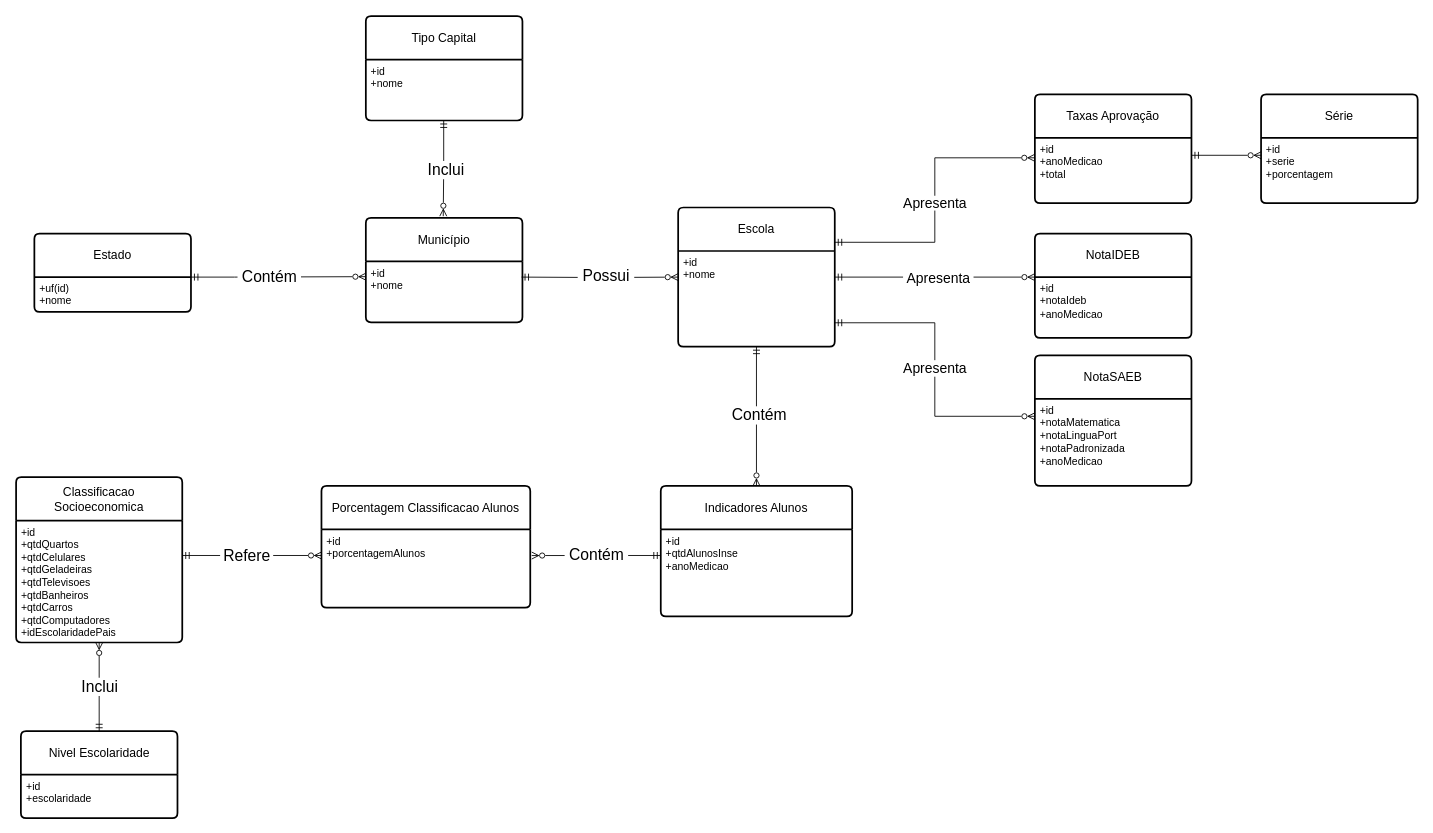
This is models/modelo_conceitual.drawio from lucas-lembo/socioeconomic-education-impact-psql, a draw.io file, before an edit. Source tidied: cells renumbered, new cells numbered last; positions are measured from the earlier drawing's top-left corner, leaving out a move shared by most shapes. Both pictures are drawn from the tidied source at 87%, with x=0, y=0 at pixel (16, 16).
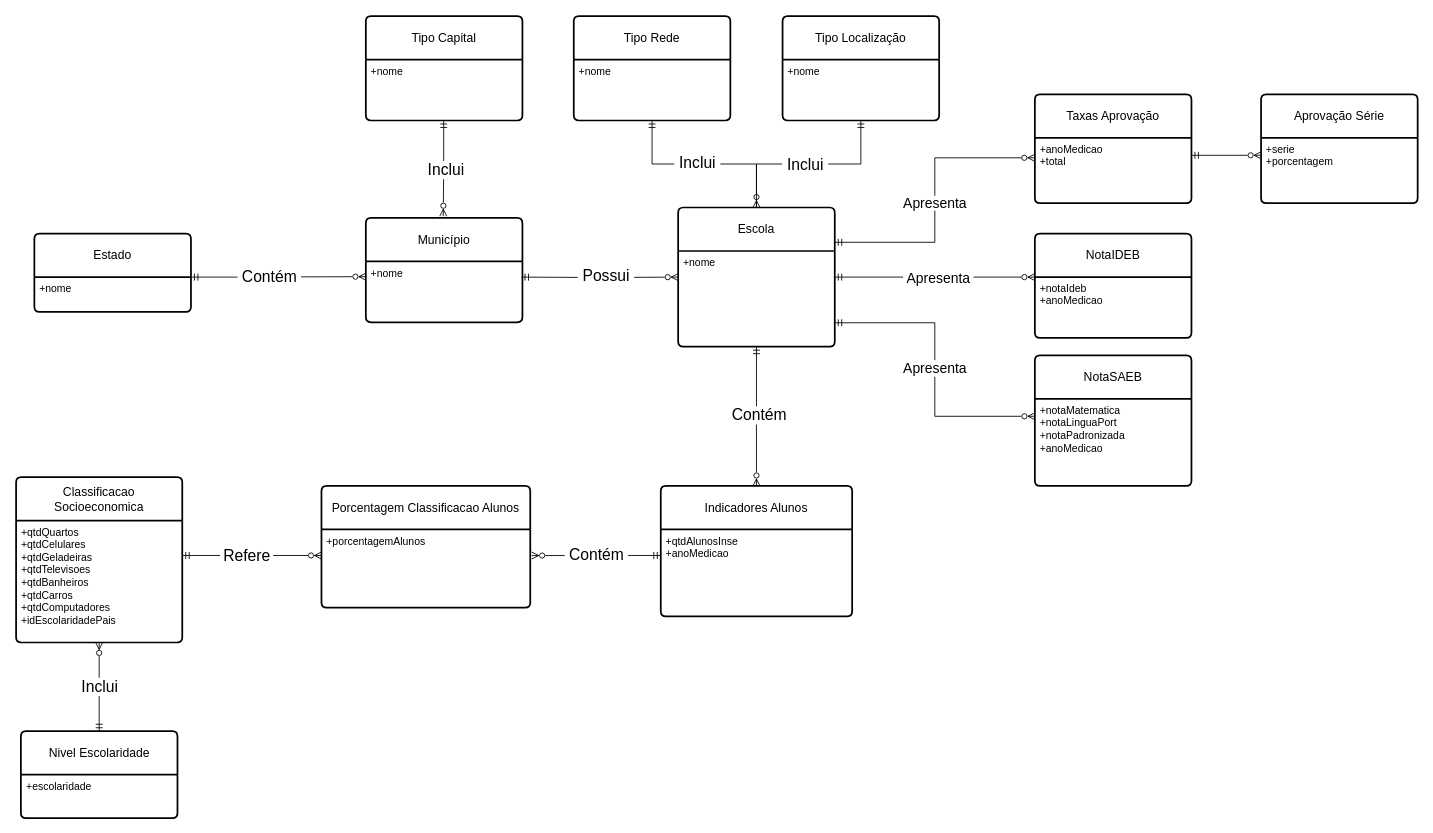
The same diagram, later.

Unchanged cells that the change refers to:
```xml
<mxCell id="4" value="Estado" style="swimlane;horizontal=1;startSize=50;rounded=1;fontSize=14;fontStyle=0;strokeWidth=2;shadow=0;dashed=0;align=center;arcSize=4;whiteSpace=wrap;html=1;" parent="1" vertex="1">
  <mxGeometry x="21" y="250" width="180" height="90" as="geometry" />
</mxCell>
<mxCell id="6" value="Município" style="swimlane;horizontal=1;startSize=50;rounded=1;fontSize=14;fontStyle=0;strokeWidth=2;shadow=0;dashed=0;align=center;arcSize=4;whiteSpace=wrap;html=1;" parent="1" vertex="1">
  <mxGeometry x="402" y="232" width="180" height="120" as="geometry" />
</mxCell>
<mxCell id="8" value="Escola" style="swimlane;horizontal=1;startSize=50;rounded=1;fontSize=14;fontStyle=0;strokeWidth=2;shadow=0;dashed=0;align=center;arcSize=4;whiteSpace=wrap;html=1;" parent="1" vertex="1">
  <mxGeometry x="761" y="220" width="180" height="160" as="geometry" />
</mxCell>
<mxCell id="10" value="Classificacao Socioeconomica" style="swimlane;horizontal=1;startSize=50;rounded=1;fontSize=14;fontStyle=0;strokeWidth=2;shadow=0;dashed=0;align=center;arcSize=4;whiteSpace=wrap;html=1;" parent="1" vertex="1">
  <mxGeometry y="530" width="191" height="190" as="geometry" />
</mxCell>
<mxCell id="12" value="NotaSAEB" style="swimlane;horizontal=1;startSize=50;rounded=1;fontSize=14;fontStyle=0;strokeWidth=2;shadow=0;dashed=0;align=center;arcSize=4;whiteSpace=wrap;html=1;" parent="1" vertex="1">
  <mxGeometry x="1171" y="390" width="180" height="150" as="geometry" />
</mxCell>
<mxCell id="14" value="NotaIDEB" style="swimlane;horizontal=1;startSize=50;rounded=1;fontSize=14;fontStyle=0;strokeWidth=2;shadow=0;dashed=0;align=center;arcSize=4;whiteSpace=wrap;html=1;" parent="1" vertex="1">
  <mxGeometry x="1171" y="250" width="180" height="120" as="geometry" />
</mxCell>
<mxCell id="16" value="Taxas Aprovação" style="swimlane;horizontal=1;startSize=50;rounded=1;fontSize=14;fontStyle=0;strokeWidth=2;shadow=0;dashed=0;align=center;arcSize=4;whiteSpace=wrap;html=1;" parent="1" vertex="1">
  <mxGeometry x="1171" y="90" width="180" height="125" as="geometry" />
</mxCell>
<mxCell id="18" value="Nivel Escolaridade" style="swimlane;horizontal=1;startSize=50;rounded=1;fontSize=14;fontStyle=0;strokeWidth=2;shadow=0;dashed=0;align=center;arcSize=4;whiteSpace=wrap;html=1;" parent="1" vertex="1">
  <mxGeometry x="5.5" y="822" width="180" height="100" as="geometry" />
</mxCell>
<mxCell id="24" value="Indicadores Alunos" style="swimlane;horizontal=1;startSize=50;rounded=1;fontSize=14;fontStyle=0;strokeWidth=2;shadow=0;dashed=0;align=center;arcSize=4;whiteSpace=wrap;html=1;" parent="1" vertex="1">
  <mxGeometry x="741" y="540" width="220" height="150" as="geometry" />
</mxCell>
<mxCell id="29" value="Porcentagem Classificacao Alunos" style="swimlane;horizontal=1;startSize=50;rounded=1;fontSize=14;fontStyle=0;strokeWidth=2;shadow=0;dashed=0;align=center;arcSize=4;whiteSpace=wrap;html=1;" parent="1" vertex="1">
  <mxGeometry x="351" y="540" width="240" height="140" as="geometry" />
</mxCell>
<mxCell id="46" value="Tipo Capital" style="swimlane;horizontal=1;startSize=50;rounded=1;fontSize=14;fontStyle=0;strokeWidth=2;shadow=0;dashed=0;align=center;arcSize=4;whiteSpace=wrap;html=1;" parent="1" vertex="1">
  <mxGeometry x="402" width="180" height="120" as="geometry" />
</mxCell>
```

Diff of the diagram source:
```diff
@@
-    <mxCell id="5" value="+uf(id)&lt;div&gt;+nome&lt;/div&gt;" style="align=left;strokeColor=none;fillColor=none;spacingLeft=4;spacingRight=4;fontSize=12;verticalAlign=top;html=1;whiteSpace=wrap;" parent="4" vertex="1">
+    <mxCell id="5" value="&lt;div&gt;+nome&lt;/div&gt;" style="align=left;strokeColor=none;fillColor=none;spacingLeft=4;spacingRight=4;fontSize=12;verticalAlign=top;html=1;whiteSpace=wrap;" parent="4" vertex="1">
       <mxGeometry y="50" width="180" height="40" as="geometry" />
     </mxCell>
@@
-    <mxCell id="7" value="+id&lt;span style=&quot;background-color: transparent; color: light-dark(rgb(0, 0, 0), rgb(255, 255, 255));&quot;&gt;&amp;nbsp;&lt;/span&gt;&lt;div&gt;&lt;div&gt;+nome&lt;/div&gt;&lt;/div&gt;" style="align=left;strokeColor=none;fillColor=none;spacingLeft=4;spacingRight=4;fontSize=12;verticalAlign=top;html=1;whiteSpace=wrap;" parent="6" vertex="1">
+    <mxCell id="7" value="&lt;div&gt;&lt;div&gt;+nome&lt;/div&gt;&lt;/div&gt;&lt;div&gt;&lt;br&gt;&lt;/div&gt;" style="align=left;strokeColor=none;fillColor=none;spacingLeft=4;spacingRight=4;fontSize=12;verticalAlign=top;html=1;whiteSpace=wrap;" parent="6" vertex="1">
       <mxGeometry y="50" width="180" height="70" as="geometry" />
     </mxCell>
+    <mxCell id="48" style="edgeStyle=orthogonalEdgeStyle;rounded=0;jettySize=auto;html=1;exitX=0.5;exitY=0;exitDx=0;exitDy=0;entryX=0.5;entryY=1;entryDx=0;entryDy=0;endArrow=ERmandOne;endFill=0;startArrow=ERzeroToMany;startFill=0;" parent="1" edge="1" source="8" target="53">
+      <mxGeometry relative="1" as="geometry" />
+    </mxCell>
+    <mxCell id="49" value="&lt;font style=&quot;font-size: 18px;&quot;&gt;&amp;nbsp;Inclui&amp;nbsp;&lt;/font&gt;" style="edgeLabel;html=1;align=center;verticalAlign=middle;" parent="48" vertex="1">
+      <mxGeometry x="0.08" y="-2" relative="1" as="geometry" />
+    </mxCell>
+    <mxCell id="50" style="edgeStyle=orthogonalEdgeStyle;rounded=0;jettySize=auto;html=1;exitX=0.5;exitY=0;exitDx=0;exitDy=0;entryX=0.5;entryY=1;entryDx=0;entryDy=0;endArrow=ERmandOne;endFill=0;" parent="1" edge="1" source="8" target="55">
+      <mxGeometry relative="1" as="geometry" />
+    </mxCell>
+    <mxCell id="51" value="&lt;font style=&quot;font-size: 18px;&quot;&gt;&amp;nbsp;Inclui&amp;nbsp;&lt;/font&gt;" style="edgeLabel;html=1;align=center;verticalAlign=middle;" parent="50" vertex="1">
+      <mxGeometry x="-0.05" relative="1" as="geometry" />
+    </mxCell>
@@
-    <mxCell id="9" value="+id&lt;div&gt;&lt;span style=&quot;background-color: transparent; color: light-dark(rgb(0, 0, 0), rgb(255, 255, 255));&quot;&gt;+nome&lt;/span&gt;&lt;/div&gt;" style="align=left;strokeColor=none;fillColor=none;spacingLeft=4;spacingRight=4;fontSize=12;verticalAlign=top;html=1;whiteSpace=wrap;" parent="8" vertex="1">
+    <mxCell id="9" value="&lt;div&gt;&lt;span style=&quot;background-color: transparent; color: light-dark(rgb(0, 0, 0), rgb(255, 255, 255));&quot;&gt;+nome&lt;/span&gt;&lt;/div&gt;" style="align=left;strokeColor=none;fillColor=none;spacingLeft=4;spacingRight=4;fontSize=12;verticalAlign=top;html=1;whiteSpace=wrap;" parent="8" vertex="1">
       <mxGeometry y="50" width="180" height="110" as="geometry" />
     </mxCell>
@@
-    <mxCell id="11" value="&lt;div&gt;+id&lt;/div&gt;&lt;div&gt;+qtdQuartos&lt;/div&gt;&lt;div&gt;+qtdCelulares&lt;/div&gt;&lt;div&gt;&lt;span style=&quot;background-color: transparent; color: light-dark(rgb(0, 0, 0), rgb(255, 255, 255));&quot;&gt;+qtdGeladeiras&lt;/span&gt;&lt;/div&gt;&lt;div&gt;+qtdTelevisoes&lt;/div&gt;&lt;div&gt;&lt;div&gt;&lt;span style=&quot;background-color: transparent; color: light-dark(rgb(0, 0, 0), rgb(255, 255, 255));&quot;&gt;+qtdBanheiros&lt;/span&gt;&lt;/div&gt;&lt;/div&gt;&lt;div&gt;&lt;span style=&quot;background-color: transparent; color: light-dark(rgb(0, 0, 0), rgb(255, 255, 255));&quot;&gt;+qtdCarros&lt;/span&gt;&lt;/div&gt;&lt;div&gt;+qtdComputadores&lt;/div&gt;&lt;div&gt;&lt;div&gt;+idEscolaridadePais&lt;/div&gt;&lt;/div&gt;&lt;div&gt;&lt;br&gt;&lt;/div&gt;" style="align=left;strokeColor=none;fillColor=none;spacingLeft=4;spacingRight=4;fontSize=12;verticalAlign=top;html=1;whiteSpace=wrap;" parent="10" vertex="1">
+    <mxCell id="11" value="&lt;div&gt;&lt;span style=&quot;background-color: transparent; color: light-dark(rgb(0, 0, 0), rgb(255, 255, 255));&quot;&gt;+qtdQuartos&lt;/span&gt;&lt;/div&gt;&lt;div&gt;+qtdCelulares&lt;/div&gt;&lt;div&gt;&lt;span style=&quot;background-color: transparent; color: light-dark(rgb(0, 0, 0), rgb(255, 255, 255));&quot;&gt;+qtdGeladeiras&lt;/span&gt;&lt;/div&gt;&lt;div&gt;+qtdTelevisoes&lt;/div&gt;&lt;div&gt;&lt;div&gt;&lt;span style=&quot;background-color: transparent; color: light-dark(rgb(0, 0, 0), rgb(255, 255, 255));&quot;&gt;+qtdBanheiros&lt;/span&gt;&lt;/div&gt;&lt;/div&gt;&lt;div&gt;&lt;span style=&quot;background-color: transparent; color: light-dark(rgb(0, 0, 0), rgb(255, 255, 255));&quot;&gt;+qtdCarros&lt;/span&gt;&lt;/div&gt;&lt;div&gt;+qtdComputadores&lt;/div&gt;&lt;div&gt;&lt;div&gt;+idEscolaridadePais&lt;/div&gt;&lt;/div&gt;&lt;div&gt;&lt;br&gt;&lt;/div&gt;" style="align=left;strokeColor=none;fillColor=none;spacingLeft=4;spacingRight=4;fontSize=12;verticalAlign=top;html=1;whiteSpace=wrap;" parent="10" vertex="1">
       <mxGeometry y="50" width="191" height="140" as="geometry" />
     </mxCell>
@@
-    <mxCell id="13" value="+id&lt;div&gt;&lt;div&gt;&lt;span style=&quot;background-color: transparent; color: light-dark(rgb(0, 0, 0), rgb(255, 255, 255));&quot;&gt;+notaMatematica&lt;/span&gt;&lt;/div&gt;&lt;div&gt;+notaLinguaPort&lt;/div&gt;&lt;div&gt;+notaPadronizada&lt;/div&gt;&lt;div&gt;+anoMedicao&lt;/div&gt;&lt;/div&gt;" style="align=left;strokeColor=none;fillColor=none;spacingLeft=4;spacingRight=4;fontSize=12;verticalAlign=top;html=1;whiteSpace=wrap;" parent="12" vertex="1">
+    <mxCell id="13" value="&lt;div&gt;&lt;div&gt;&lt;span style=&quot;background-color: transparent; color: light-dark(rgb(0, 0, 0), rgb(255, 255, 255));&quot;&gt;+notaMatematica&lt;/span&gt;&lt;/div&gt;&lt;div&gt;+notaLinguaPort&lt;/div&gt;&lt;div&gt;+notaPadronizada&lt;/div&gt;&lt;div&gt;+anoMedicao&lt;/div&gt;&lt;/div&gt;" style="align=left;strokeColor=none;fillColor=none;spacingLeft=4;spacingRight=4;fontSize=12;verticalAlign=top;html=1;whiteSpace=wrap;" parent="12" vertex="1">
       <mxGeometry y="50" width="180" height="100" as="geometry" />
     </mxCell>
@@
-    <mxCell id="15" value="+id&lt;div&gt;&lt;span style=&quot;background-color: transparent; color: light-dark(rgb(0, 0, 0), rgb(255, 255, 255));&quot;&gt;+notaIdeb&lt;/span&gt;&lt;div&gt;&lt;div&gt;&lt;span style=&quot;background-color: transparent; color: light-dark(rgb(0, 0, 0), rgb(255, 255, 255));&quot;&gt;+anoMedicao&lt;/span&gt;&lt;/div&gt;&lt;/div&gt;&lt;/div&gt;" style="align=left;strokeColor=none;fillColor=none;spacingLeft=4;spacingRight=4;fontSize=12;verticalAlign=top;html=1;whiteSpace=wrap;" parent="14" vertex="1">
+    <mxCell id="15" value="&lt;div&gt;&lt;span style=&quot;background-color: transparent; color: light-dark(rgb(0, 0, 0), rgb(255, 255, 255));&quot;&gt;+notaIdeb&lt;/span&gt;&lt;div&gt;&lt;div&gt;&lt;span style=&quot;background-color: transparent; color: light-dark(rgb(0, 0, 0), rgb(255, 255, 255));&quot;&gt;+anoMedicao&lt;/span&gt;&lt;/div&gt;&lt;/div&gt;&lt;/div&gt;" style="align=left;strokeColor=none;fillColor=none;spacingLeft=4;spacingRight=4;fontSize=12;verticalAlign=top;html=1;whiteSpace=wrap;" parent="14" vertex="1">
       <mxGeometry y="50" width="180" height="70" as="geometry" />
     </mxCell>
@@
-    <mxCell id="17" value="+id&lt;div&gt;&lt;div&gt;&lt;div&gt;&lt;span style=&quot;background-color: transparent; color: light-dark(rgb(0, 0, 0), rgb(255, 255, 255));&quot;&gt;+anoMedicao&lt;/span&gt;&lt;/div&gt;&lt;/div&gt;&lt;/div&gt;&lt;div&gt;&lt;span style=&quot;background-color: transparent; color: light-dark(rgb(0, 0, 0), rgb(255, 255, 255));&quot;&gt;+total&lt;/span&gt;&lt;/div&gt;" style="align=left;strokeColor=none;fillColor=none;spacingLeft=4;spacingRight=4;fontSize=12;verticalAlign=top;html=1;whiteSpace=wrap;" parent="16" vertex="1">
+    <mxCell id="17" value="&lt;div&gt;&lt;div&gt;&lt;div&gt;&lt;span style=&quot;background-color: transparent; color: light-dark(rgb(0, 0, 0), rgb(255, 255, 255));&quot;&gt;+anoMedicao&lt;/span&gt;&lt;/div&gt;&lt;/div&gt;&lt;/div&gt;&lt;div&gt;&lt;span style=&quot;background-color: transparent; color: light-dark(rgb(0, 0, 0), rgb(255, 255, 255));&quot;&gt;+total&lt;/span&gt;&lt;/div&gt;" style="align=left;strokeColor=none;fillColor=none;spacingLeft=4;spacingRight=4;fontSize=12;verticalAlign=top;html=1;whiteSpace=wrap;" parent="16" vertex="1">
       <mxGeometry y="50" width="180" height="75" as="geometry" />
     </mxCell>
@@
-    <mxCell id="19" value="&lt;div&gt;&lt;span style=&quot;background-color: transparent; color: light-dark(rgb(0, 0, 0), rgb(255, 255, 255));&quot;&gt;+id&lt;/span&gt;&lt;/div&gt;&lt;div&gt;&lt;span style=&quot;background-color: transparent; color: light-dark(rgb(0, 0, 0), rgb(255, 255, 255));&quot;&gt;+escolaridade&lt;/span&gt;&lt;/div&gt;" style="align=left;strokeColor=none;fillColor=none;spacingLeft=4;spacingRight=4;fontSize=12;verticalAlign=top;html=1;whiteSpace=wrap;" parent="18" vertex="1">
+    <mxCell id="19" value="&lt;div&gt;&lt;span style=&quot;background-color: transparent; color: light-dark(rgb(0, 0, 0), rgb(255, 255, 255));&quot;&gt;+escolaridade&lt;/span&gt;&lt;/div&gt;" style="align=left;strokeColor=none;fillColor=none;spacingLeft=4;spacingRight=4;fontSize=12;verticalAlign=top;html=1;whiteSpace=wrap;" parent="18" vertex="1">
       <mxGeometry y="50" width="180" height="50" as="geometry" />
     </mxCell>
@@
-    <mxCell id="25" value="+id&lt;div&gt;&lt;div&gt;&lt;div&gt;+qtdAlunosInse&lt;/div&gt;&lt;/div&gt;&lt;div&gt;+anoMedicao&lt;/div&gt;&lt;/div&gt;" style="align=left;strokeColor=none;fillColor=none;spacingLeft=4;spacingRight=4;fontSize=12;verticalAlign=top;html=1;whiteSpace=wrap;" parent="24" vertex="1">
+    <mxCell id="25" value="&lt;div&gt;&lt;div&gt;&lt;div&gt;+qtdAlunosInse&lt;/div&gt;&lt;/div&gt;&lt;div&gt;+anoMedicao&lt;/div&gt;&lt;/div&gt;" style="align=left;strokeColor=none;fillColor=none;spacingLeft=4;spacingRight=4;fontSize=12;verticalAlign=top;html=1;whiteSpace=wrap;" parent="24" vertex="1">
       <mxGeometry y="50" width="220" height="100" as="geometry" />
     </mxCell>
@@
-    <mxCell id="30" value="&lt;div&gt;&lt;span style=&quot;background-color: transparent; color: light-dark(rgb(0, 0, 0), rgb(255, 255, 255));&quot;&gt;+id&lt;/span&gt;&lt;/div&gt;&lt;div style=&quot;&quot;&gt;&lt;div&gt;+porcentagemAlunos&lt;/div&gt;&lt;/div&gt;" style="align=left;strokeColor=none;fillColor=none;spacingLeft=4;spacingRight=4;fontSize=12;verticalAlign=top;html=1;whiteSpace=wrap;" parent="29" vertex="1">
+    <mxCell id="30" value="&lt;div&gt;&lt;span style=&quot;background-color: transparent; color: light-dark(rgb(0, 0, 0), rgb(255, 255, 255));&quot;&gt;+porcentagemAlunos&lt;/span&gt;&lt;/div&gt;" style="align=left;strokeColor=none;fillColor=none;spacingLeft=4;spacingRight=4;fontSize=12;verticalAlign=top;html=1;whiteSpace=wrap;" parent="29" vertex="1">
       <mxGeometry y="50" width="240" height="90" as="geometry" />
     </mxCell>
@@
-    <mxCell id="43" value="Série" style="swimlane;horizontal=1;startSize=50;rounded=1;fontSize=14;fontStyle=0;strokeWidth=2;shadow=0;dashed=0;align=center;arcSize=4;whiteSpace=wrap;html=1;" parent="1" vertex="1">
+    <mxCell id="43" value="Aprovação Série" style="swimlane;horizontal=1;startSize=50;rounded=1;fontSize=14;fontStyle=0;strokeWidth=2;shadow=0;dashed=0;align=center;arcSize=4;whiteSpace=wrap;html=1;" parent="1" vertex="1">
       <mxGeometry x="1431" y="90" width="180" height="125" as="geometry" />
     </mxCell>
-    <mxCell id="44" value="+id&lt;div&gt;+serie&lt;br&gt;&lt;div&gt;&lt;div&gt;&lt;div&gt;&lt;span style=&quot;background-color: transparent; color: light-dark(rgb(0, 0, 0), rgb(255, 255, 255));&quot;&gt;+porcentagem&lt;/span&gt;&lt;/div&gt;&lt;/div&gt;&lt;/div&gt;&lt;/div&gt;" style="align=left;strokeColor=none;fillColor=none;spacingLeft=4;spacingRight=4;fontSize=12;verticalAlign=top;html=1;whiteSpace=wrap;" parent="43" vertex="1">
+    <mxCell id="44" value="&lt;div&gt;+serie&lt;br&gt;&lt;div&gt;&lt;div&gt;&lt;div&gt;&lt;span style=&quot;background-color: transparent; color: light-dark(rgb(0, 0, 0), rgb(255, 255, 255));&quot;&gt;+porcentagem&lt;/span&gt;&lt;/div&gt;&lt;/div&gt;&lt;/div&gt;&lt;/div&gt;" style="align=left;strokeColor=none;fillColor=none;spacingLeft=4;spacingRight=4;fontSize=12;verticalAlign=top;html=1;whiteSpace=wrap;" parent="43" vertex="1">
       <mxGeometry y="50" width="180" height="75" as="geometry" />
     </mxCell>
@@
-    <mxCell id="47" value="+id&lt;span style=&quot;background-color: transparent; color: light-dark(rgb(0, 0, 0), rgb(255, 255, 255));&quot;&gt;&amp;nbsp;&lt;/span&gt;&lt;div&gt;&lt;div&gt;+nome&lt;/div&gt;&lt;/div&gt;" style="align=left;strokeColor=none;fillColor=none;spacingLeft=4;spacingRight=4;fontSize=12;verticalAlign=top;html=1;whiteSpace=wrap;" parent="46" vertex="1">
+    <mxCell id="47" value="&lt;div&gt;&lt;div&gt;+nome&lt;/div&gt;&lt;/div&gt;" style="align=left;strokeColor=none;fillColor=none;spacingLeft=4;spacingRight=4;fontSize=12;verticalAlign=top;html=1;whiteSpace=wrap;" parent="46" vertex="1">
       <mxGeometry y="50" width="180" height="70" as="geometry" />
     </mxCell>
+    <mxCell id="52" value="Tipo Rede" style="swimlane;horizontal=1;startSize=50;rounded=1;fontSize=14;fontStyle=0;strokeWidth=2;shadow=0;dashed=0;align=center;arcSize=4;whiteSpace=wrap;html=1;" parent="1" vertex="1">
+      <mxGeometry x="641" width="180" height="120" as="geometry" />
+    </mxCell>
+    <mxCell id="53" value="&lt;div&gt;&lt;div&gt;+nome&lt;/div&gt;&lt;/div&gt;" style="align=left;strokeColor=none;fillColor=none;spacingLeft=4;spacingRight=4;fontSize=12;verticalAlign=top;html=1;whiteSpace=wrap;" parent="52" vertex="1">
+      <mxGeometry y="50" width="180" height="70" as="geometry" />
+    </mxCell>
+    <mxCell id="54" value="Tipo Localização" style="swimlane;horizontal=1;startSize=50;rounded=1;fontSize=14;fontStyle=0;strokeWidth=2;shadow=0;dashed=0;align=center;arcSize=4;whiteSpace=wrap;html=1;" parent="1" vertex="1">
+      <mxGeometry x="881" width="180" height="120" as="geometry" />
+    </mxCell>
+    <mxCell id="55" value="&lt;div&gt;&lt;div&gt;+nome&lt;/div&gt;&lt;/div&gt;" style="align=left;strokeColor=none;fillColor=none;spacingLeft=4;spacingRight=4;fontSize=12;verticalAlign=top;html=1;whiteSpace=wrap;" parent="54" vertex="1">
+      <mxGeometry y="50" width="180" height="70" as="geometry" />
+    </mxCell>
```
